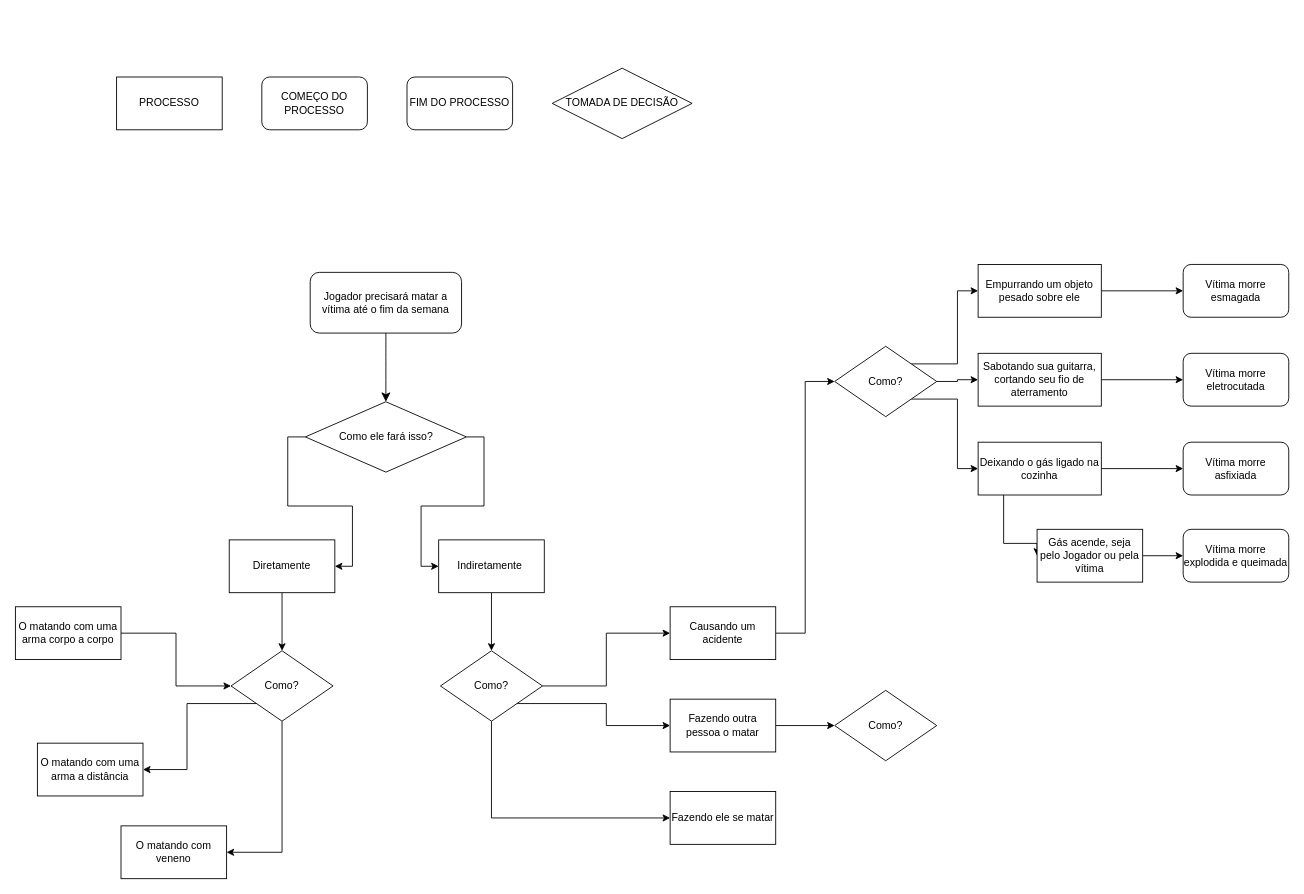
Before: Gameloop.drawio in Reimyel/Diagramas, a draw.io diagram. Source tidied: cells renumbered, new cells numbered last; positions are measured from the earlier drawing's top-left corner, leaving out a move shared by most shapes. Both pictures are drawn from the tidied source at 88%, with x=0, y=0 at pixel (15, 68).
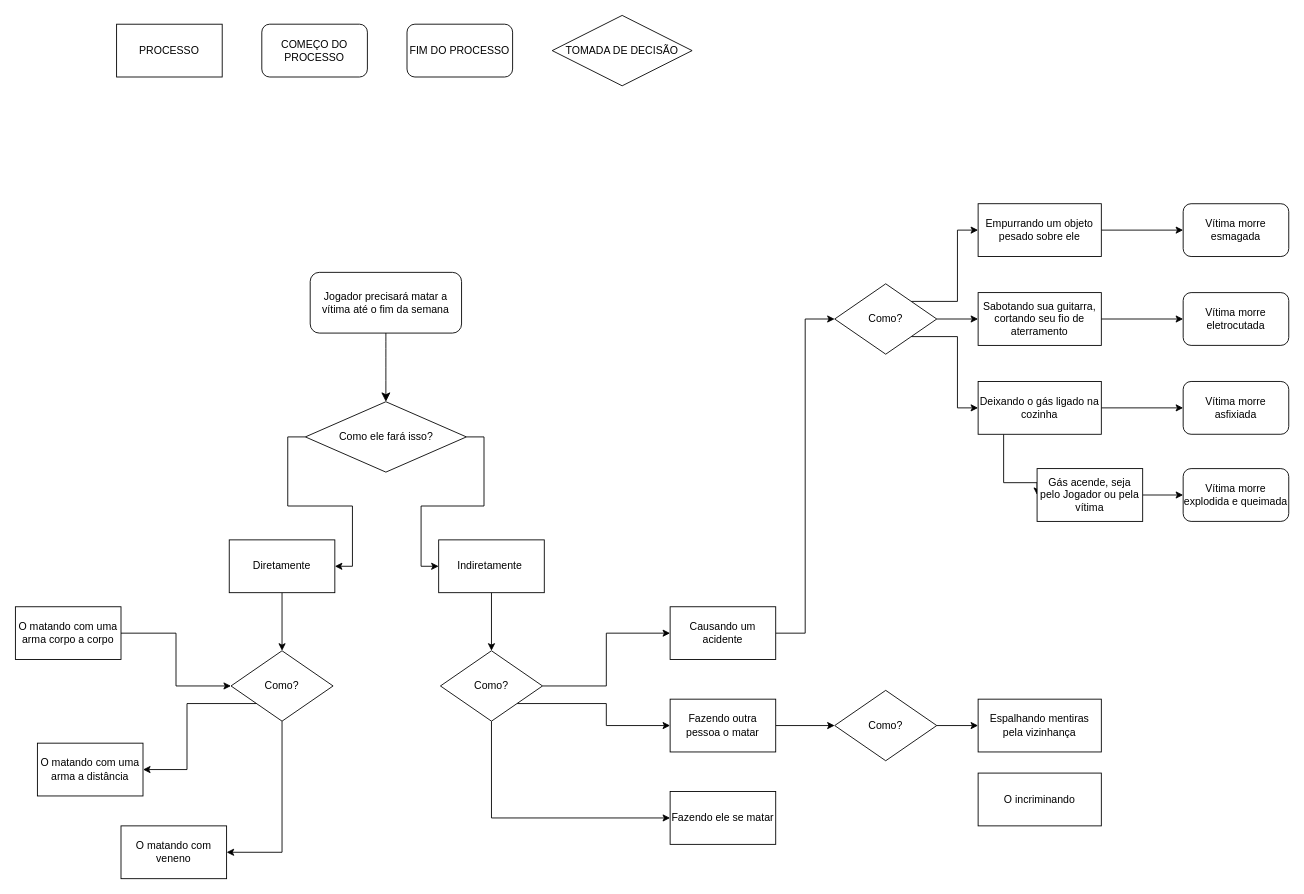
The same page after the edit.

Unchanged cells that the change refers to:
```xml
<mxCell id="41" value="Como?" style="rhombus;whiteSpace=wrap;html=1;fillColor=light-dark(#FFFFFF,#FF9B2A);" parent="1" vertex="1">
  <mxGeometry x="931" y="707" width="116" height="80" as="geometry" />
</mxCell>
```

Change to the diagram source:
```diff
@@
     <mxCell id="31" value="Como?" style="rhombus;whiteSpace=wrap;html=1;fillColor=light-dark(#FFFFFF,#FF9B2A);" parent="1" vertex="1">
-      <mxGeometry x="931" y="316" width="116" height="80" as="geometry" />
+      <mxGeometry x="931" y="245" width="116" height="80" as="geometry" />
     </mxCell>
@@
     <mxCell id="33" value="Sabotando sua guitarra, cortando seu fio de aterramento" style="whiteSpace=wrap;html=1;fillColor=light-dark(#FFFFFF,#3B2CAC);" parent="1" vertex="1">
-      <mxGeometry x="1094" y="324" width="140" height="60" as="geometry" />
+      <mxGeometry x="1094" y="255" width="140" height="60" as="geometry" />
     </mxCell>
@@
     <mxCell id="35" value="Empurrando um objeto pesado sobre ele" style="whiteSpace=wrap;html=1;fillColor=light-dark(#FFFFFF,#3B2CAC);" parent="1" vertex="1">
-      <mxGeometry x="1094" y="223" width="140" height="60" as="geometry" />
+      <mxGeometry x="1094" y="154" width="140" height="60" as="geometry" />
     </mxCell>
     <mxCell id="36" style="edgeStyle=orthogonalEdgeStyle;rounded=0;jettySize=auto;html=1;entryX=0;entryY=0.5;entryDx=0;entryDy=0;" parent="1" edge="1" source="38" target="40">
       <mxGeometry relative="1" as="geometry">
         <Array as="points">
-          <mxPoint x="1123" y="540" />
+          <mxPoint x="1123" y="471" />
         </Array>
       </mxGeometry>
     </mxCell>
@@
     <mxCell id="38" value="Deixando o gás ligado na cozinha" style="whiteSpace=wrap;html=1;fillColor=light-dark(#FFFFFF,#3B2CAC);" parent="1" vertex="1">
-      <mxGeometry x="1094" y="425" width="140" height="60" as="geometry" />
+      <mxGeometry x="1094" y="356" width="140" height="60" as="geometry" />
     </mxCell>
@@
     <mxCell id="40" value="Gás acende, seja pelo Jogador ou pela vítima" style="whiteSpace=wrap;html=1;fillColor=light-dark(#FFFFFF,#3B2CAC);" parent="1" vertex="1">
-      <mxGeometry x="1161" y="524" width="120" height="60" as="geometry" />
+      <mxGeometry x="1161" y="455" width="120" height="60" as="geometry" />
     </mxCell>
+    <mxCell id="50" style="edgeStyle=orthogonalEdgeStyle;rounded=0;jettySize=auto;html=1;exitX=1;exitY=0.5;exitDx=0;exitDy=0;entryX=0;entryY=0.5;entryDx=0;entryDy=0;" parent="1" edge="1" source="41" target="51">
+      <mxGeometry relative="1" as="geometry" />
+    </mxCell>
@@
     <mxCell id="42" value="Vítima morre esmagada" style="rounded=1;whiteSpace=wrap;html=1;fillColor=light-dark(#FFFFFF,#FF4B51);" parent="1" vertex="1">
-      <mxGeometry x="1327" y="223" width="120" height="60" as="geometry" />
+      <mxGeometry x="1327" y="154" width="120" height="60" as="geometry" />
     </mxCell>
     <mxCell id="43" value="Vítima morre eletrocutada" style="rounded=1;whiteSpace=wrap;html=1;fillColor=light-dark(#FFFFFF,#FF4B51);" parent="1" vertex="1">
-      <mxGeometry x="1327" y="324" width="120" height="60" as="geometry" />
+      <mxGeometry x="1327" y="255" width="120" height="60" as="geometry" />
     </mxCell>
     <mxCell id="44" value="Vítima morre asfixiada" style="rounded=1;whiteSpace=wrap;html=1;fillColor=light-dark(#FFFFFF,#FF4B51);" parent="1" vertex="1">
-      <mxGeometry x="1327" y="425" width="120" height="60" as="geometry" />
+      <mxGeometry x="1327" y="356" width="120" height="60" as="geometry" />
     </mxCell>
     <mxCell id="45" value="Vítima morre explodida e queimada" style="rounded=1;whiteSpace=wrap;html=1;fillColor=light-dark(#FFFFFF,#FF4B51);" parent="1" vertex="1">
-      <mxGeometry x="1327" y="524" width="120" height="60" as="geometry" />
+      <mxGeometry x="1327" y="455" width="120" height="60" as="geometry" />
     </mxCell>
     <mxCell id="46" value="FIM DO PROCESSO" style="rounded=1;whiteSpace=wrap;html=1;fillColor=light-dark(#FFFFFF,#FF4B51);" parent="1" vertex="1">
-      <mxGeometry x="445" y="10" width="120" height="60" as="geometry" />
+      <mxGeometry x="445" y="-50" width="120" height="60" as="geometry" />
     </mxCell>
     <mxCell id="47" value="TOMADA DE DECISÃO" style="rhombus;whiteSpace=wrap;html=1;fillColor=light-dark(#FFFFFF,#FF9B2A);" parent="1" vertex="1">
-      <mxGeometry x="610" width="159" height="80" as="geometry" />
+      <mxGeometry x="610" y="-60" width="159" height="80" as="geometry" />
     </mxCell>
     <mxCell id="48" value="COMEÇO DO PROCESSO" style="rounded=1;whiteSpace=wrap;html=1;fillColor=light-dark(#FFFFFF,#1F7427);" parent="1" vertex="1">
-      <mxGeometry x="280" y="10" width="120" height="60" as="geometry" />
+      <mxGeometry x="280" y="-50" width="120" height="60" as="geometry" />
     </mxCell>
     <mxCell id="49" value="PROCESSO" style="rounded=0;whiteSpace=wrap;html=1;fillColor=light-dark(#FFFFFF,#3B2CAC);" parent="1" vertex="1">
-      <mxGeometry x="115" y="10" width="120" height="60" as="geometry" />
+      <mxGeometry x="115" y="-50" width="120" height="60" as="geometry" />
     </mxCell>
+    <mxCell id="51" value="Espalhando mentiras pela vizinhança" style="whiteSpace=wrap;html=1;fillColor=light-dark(#FFFFFF,#3B2CAC);" parent="1" vertex="1">
+      <mxGeometry x="1094" y="717" width="140" height="60" as="geometry" />
+    </mxCell>
+    <mxCell id="52" value="O incriminando" style="whiteSpace=wrap;html=1;fillColor=light-dark(#FFFFFF,#3B2CAC);" parent="1" vertex="1">
+      <mxGeometry x="1094" y="801" width="140" height="60" as="geometry" />
+    </mxCell>
```
